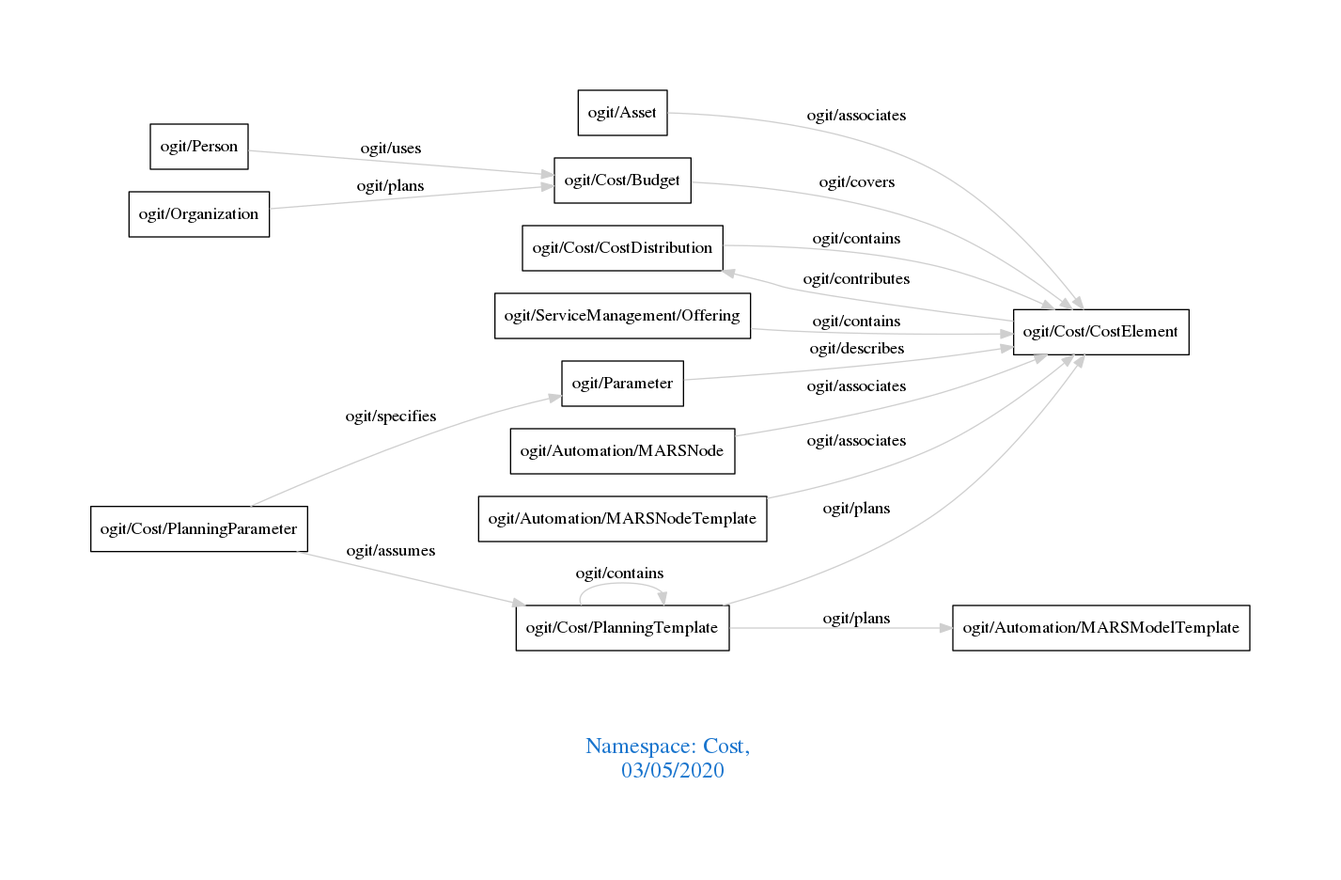
The Graphviz diagram downloads/Cost.png in arago/OGIT, before a commit. Its source is kept beside it as downloads/Cost.dot.
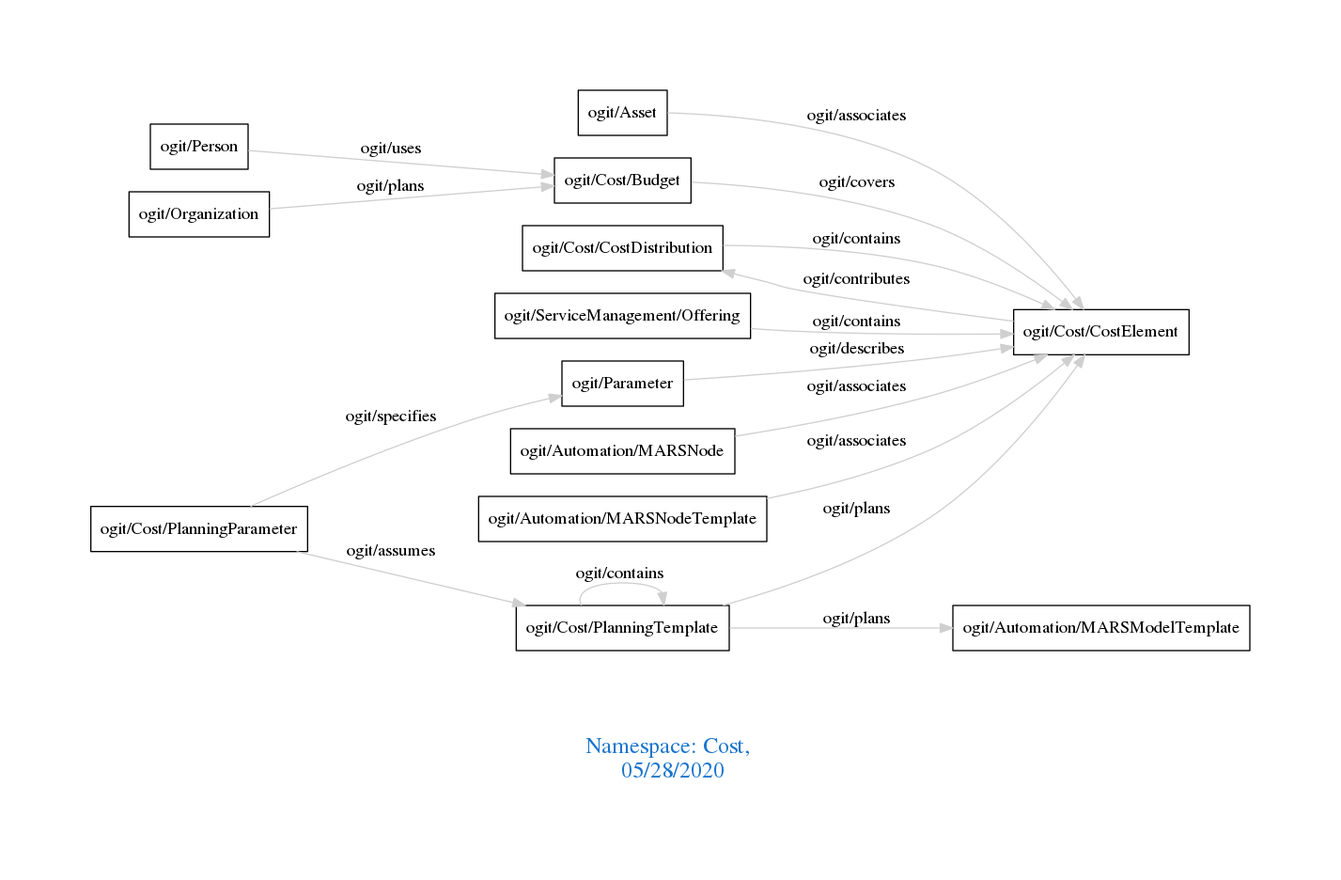
The same file after the commit.

Change to the diagram source:
```diff
@@ -1,7 +1,7 @@
 digraph OGIT_ontology {
  graph [ rankdir= LR,pad=1
 fontsize = 18,
-fontcolor= dodgerblue3,label = "\n\n\nNamespace: Cost, \n 03/05/2020"];
+fontcolor= dodgerblue3,label = "\n\n\nNamespace: Cost, \n 05/28/2020"];
 node[shape=polygon];
 edge [  color="gray81"];
 
```
